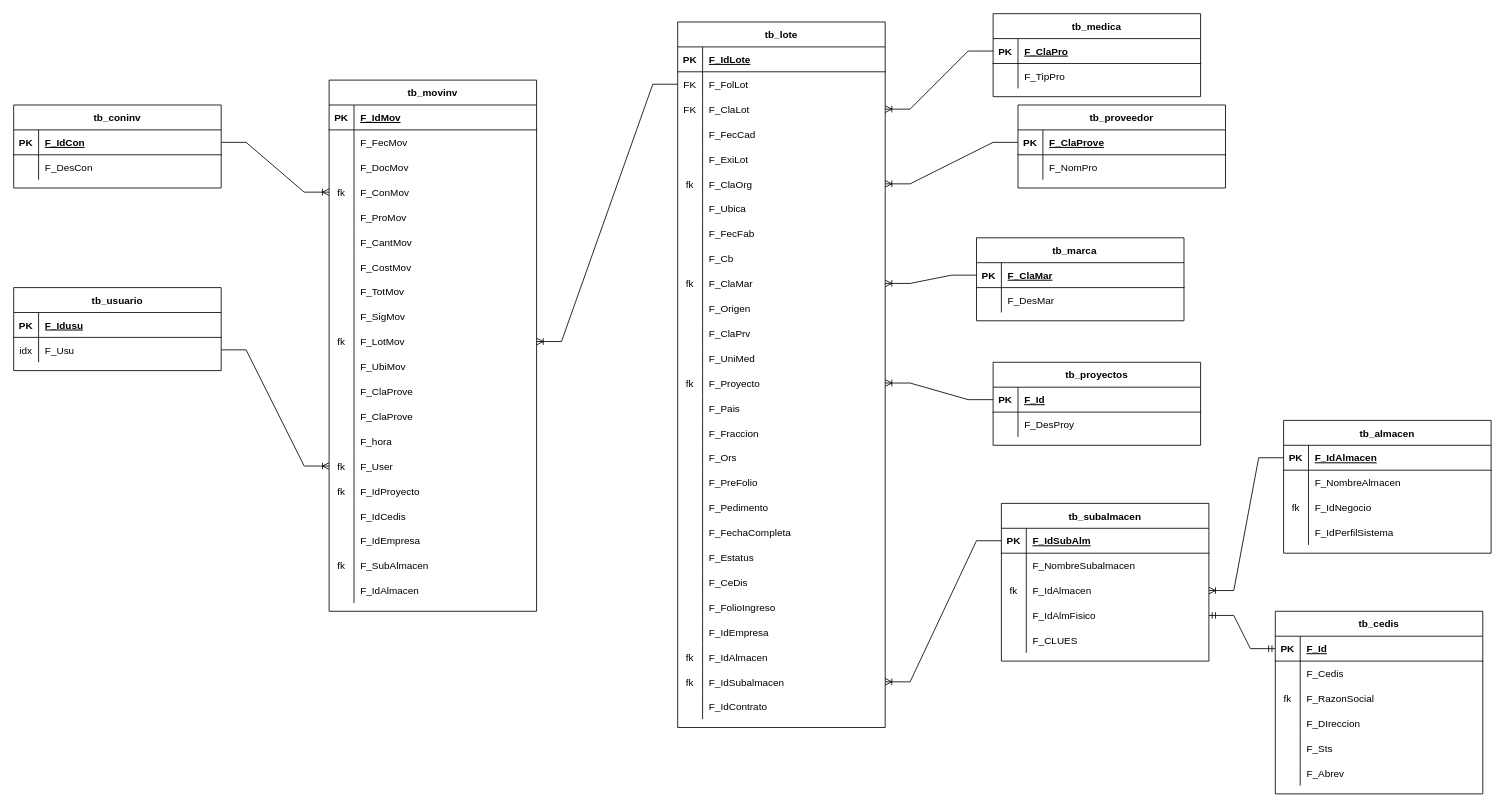
The draw.io diagram TraspasosSubalmacenes.drawio in ErnestoDanielTafoyaMolinaCYM/clases-cat-cym, before the edit. Source tidied: cells renumbered, new cells numbered last; positions are measured from the earlier drawing's top-left corner, leaving out a move shared by most shapes. Both pictures are drawn from the tidied source at 83%, with x=0, y=0 at pixel (13, 13).
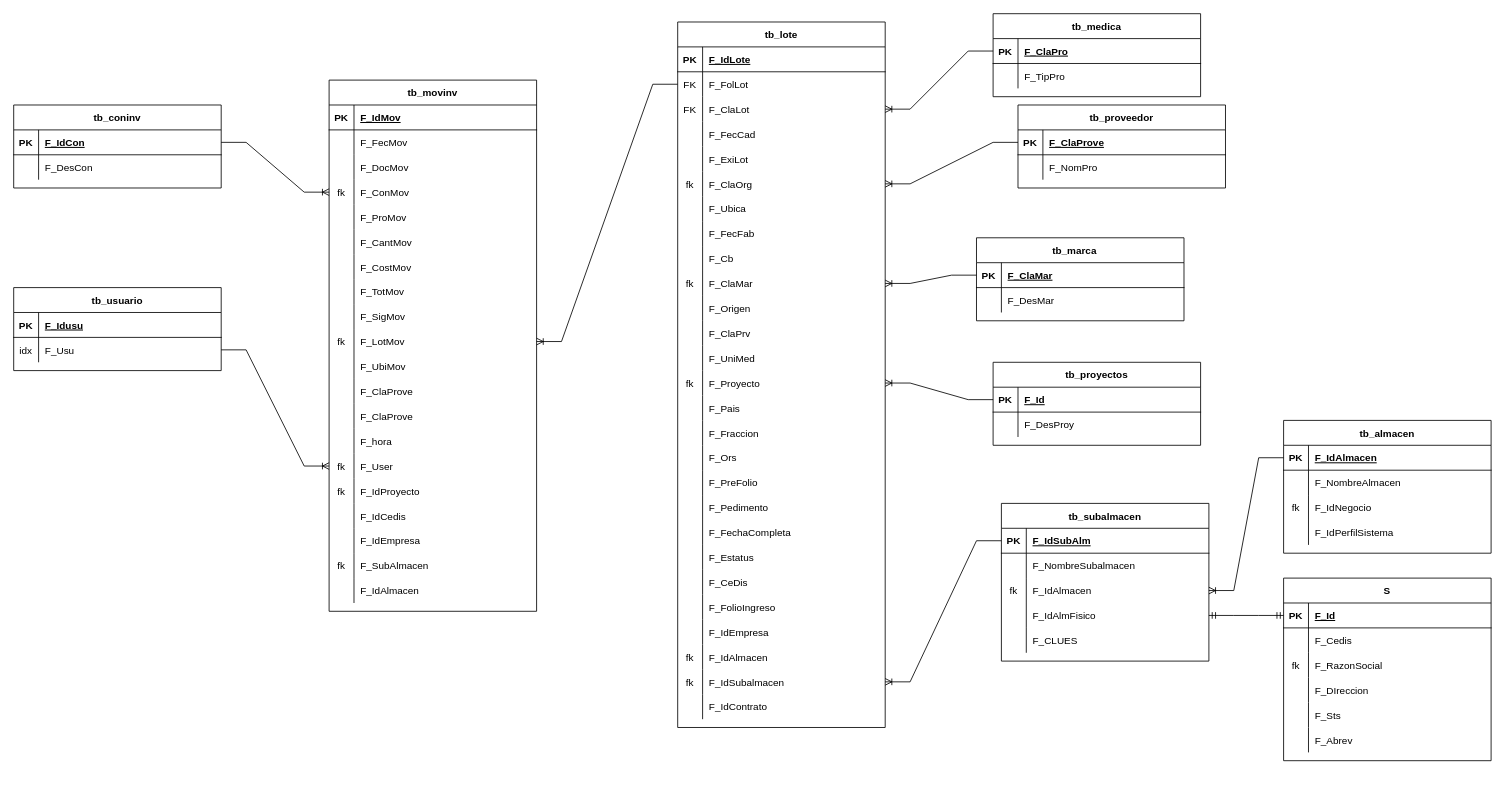
The same page after the edit.

Diff of the diagram source:
```diff
@@
-    <mxCell id="225" value="tb_cedis" style="shape=table;startSize=30;childLayout=tableLayout;rowLines=0;fontStyle=1;align=center;" parent="1" vertex="1">
-      <mxGeometry x="1520" y="720" width="250" height="220" as="geometry" />
+    <mxCell id="225" value="S" style="shape=table;startSize=30;childLayout=tableLayout;rowLines=0;fontStyle=1;align=center;" parent="1" vertex="1">
+      <mxGeometry x="1530" y="680" width="250" height="220" as="geometry" />
     </mxCell>
```
